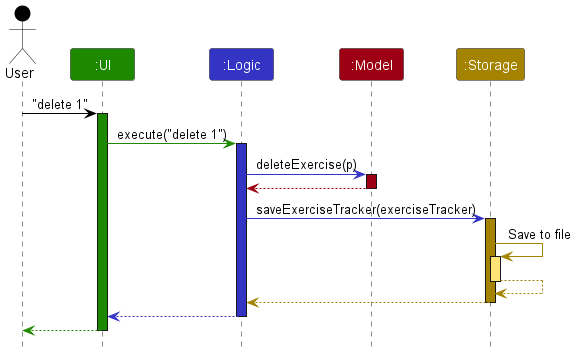
nus-cs2103-AY2223S1/tp keeps this PlantUML diagram as docs/images/ArchitectureSequenceDiagram.png. Above is the earlier version.
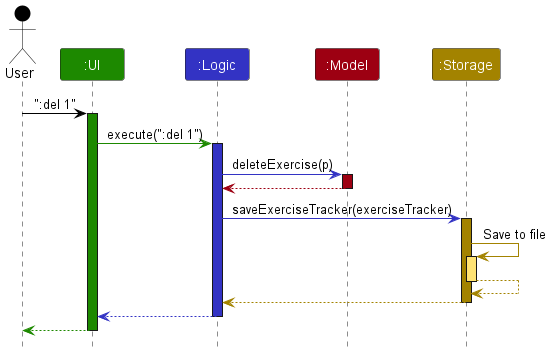
Later version of the same file.

Change to the diagram source:
```diff
@@ -7,10 +7,10 @@
 Participant ":Model" as model MODEL_COLOR
 Participant ":Storage" as storage STORAGE_COLOR
 
-user -[USER_COLOR]> ui : "delete 1"
+user -[USER_COLOR]> ui : ":del 1"
 activate ui UI_COLOR
 
-ui -[UI_COLOR]> logic : execute("delete 1")
+ui -[UI_COLOR]> logic : execute(":del 1")
 activate logic LOGIC_COLOR
 
 logic -[LOGIC_COLOR]> model : deleteExercise(p)
```
